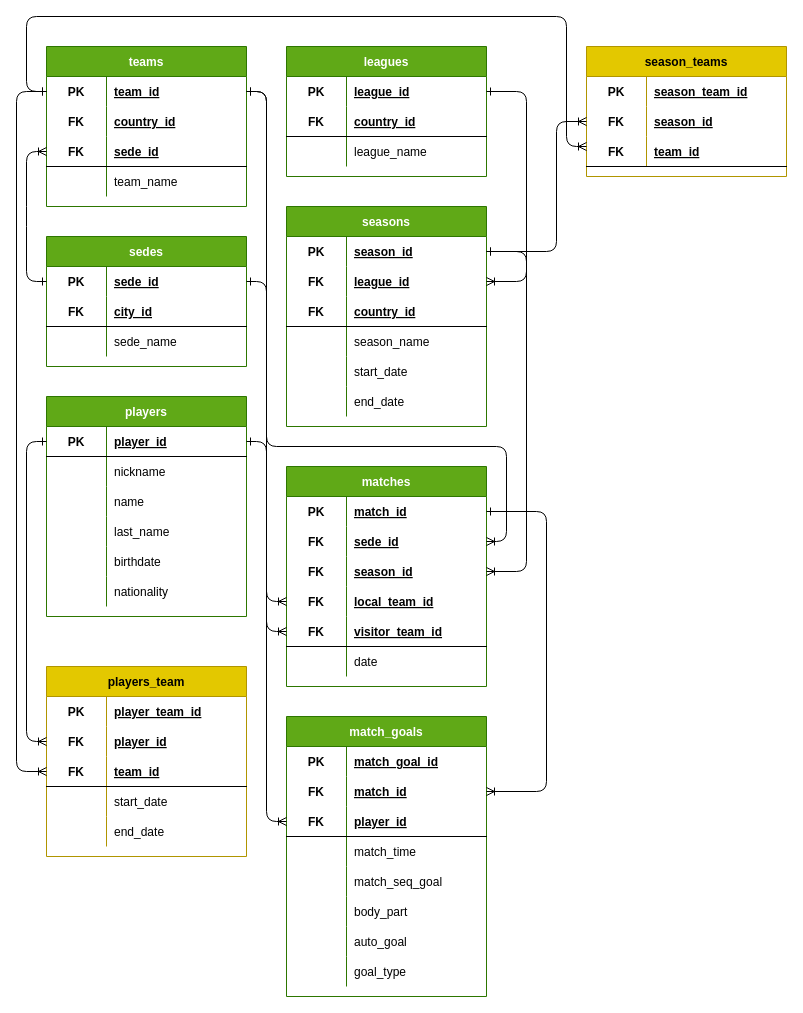
The draw.io diagram page "model" (2 of 2) of soccer_model.drawio in r3card0/soccer.stats, before the edit. Source tidied: cells renumbered, new cells numbered last; positions are measured from the earlier drawing's top-left corner, leaving out a move shared by most shapes. Both pictures are drawn from the tidied source at 100%, with x=0, y=0 at pixel (16, 16).
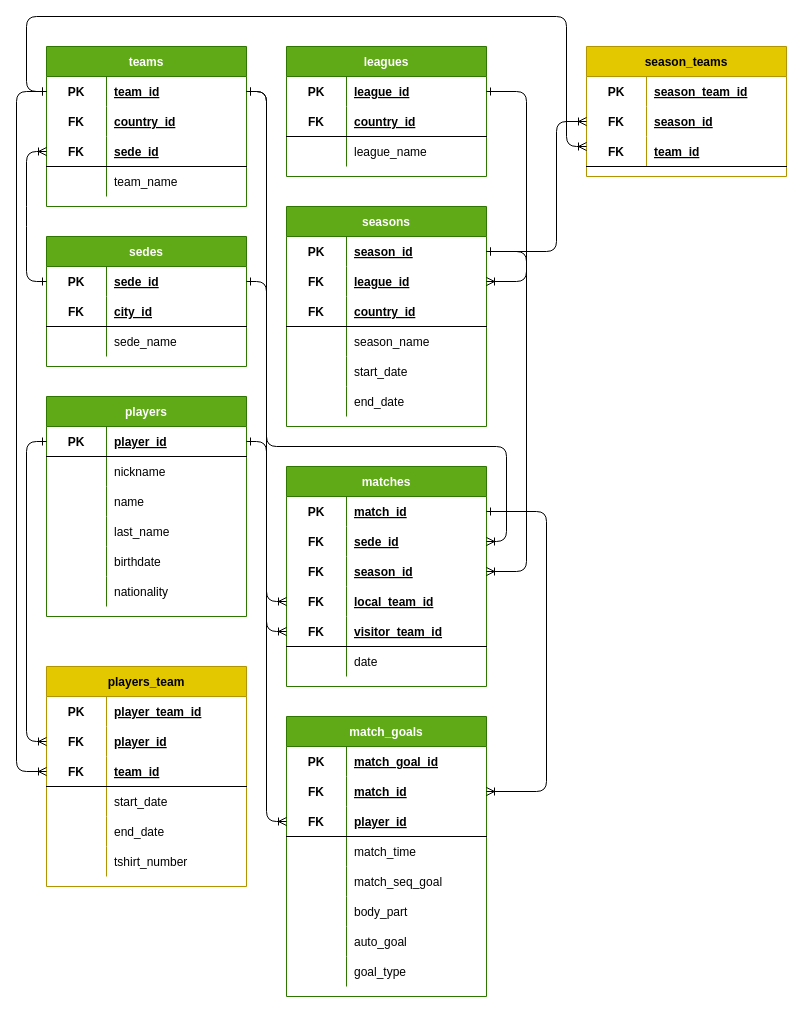
The same page after the edit.

Commit message:
added tshirt number to players team model

Change to the diagram source:
```diff
@@
     <mxCell id="87" value="players_team" style="shape=table;startSize=30;childLayout=tableLayout;rowLines=0;fontStyle=1;align=center;fillColor=#e3c800;fontColor=#000000;strokeColor=#B09500;" parent="1" vertex="1">
-      <mxGeometry x="30" y="650" width="200" height="190" as="geometry" />
+      <mxGeometry x="30" y="650" width="200" height="220" as="geometry" />
     </mxCell>
@@
+    <mxCell id="155" style="shape=partialRectangle;fillColor=none;top=0;left=0;bottom=0;right=0;" parent="87" vertex="1">
+      <mxGeometry y="180" width="200" height="30" as="geometry" />
+    </mxCell>
+    <mxCell id="156" style="shape=partialRectangle;fillColor=none;top=0;left=0;bottom=0;right=0;overflow=hidden;" parent="155" vertex="1">
+      <mxGeometry width="60" height="30" as="geometry" />
+    </mxCell>
+    <mxCell id="157" value="tshirt_number" style="shape=partialRectangle;fillColor=none;top=0;left=0;bottom=0;right=0;align=left;spacingLeft=6;overflow=hidden;" parent="155" vertex="1">
+      <mxGeometry x="60" width="140" height="30" as="geometry" />
+    </mxCell>
```
